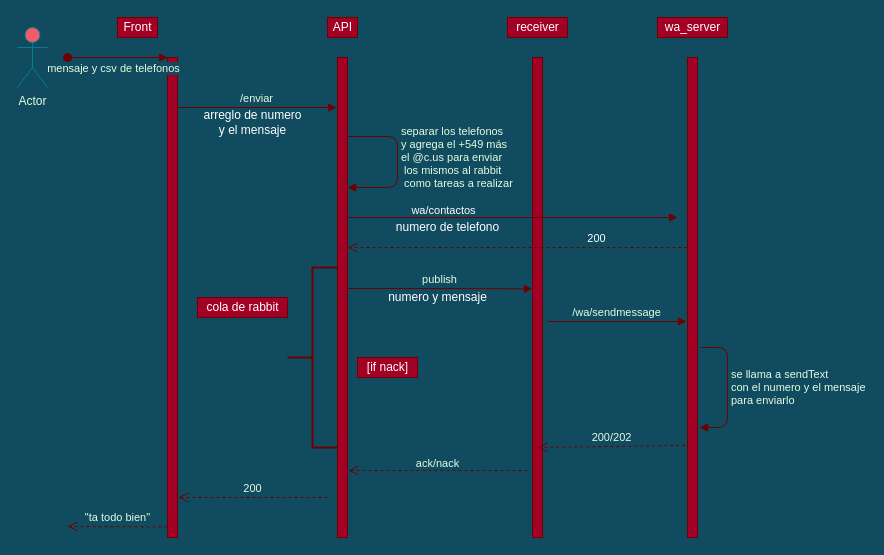
This is page "Page-1" (1 of 3) of Diagramas/flujo de mensaje masivo.drawio from Kuro933/script_refresh_wa, a draw.io file, before an edit. Source tidied: cells renumbered, new cells numbered last; positions are measured from the earlier drawing's top-left corner, leaving out a move shared by most shapes. Both pictures are drawn from the tidied source at 100%, with x=0, y=0 at pixel (17, 17).
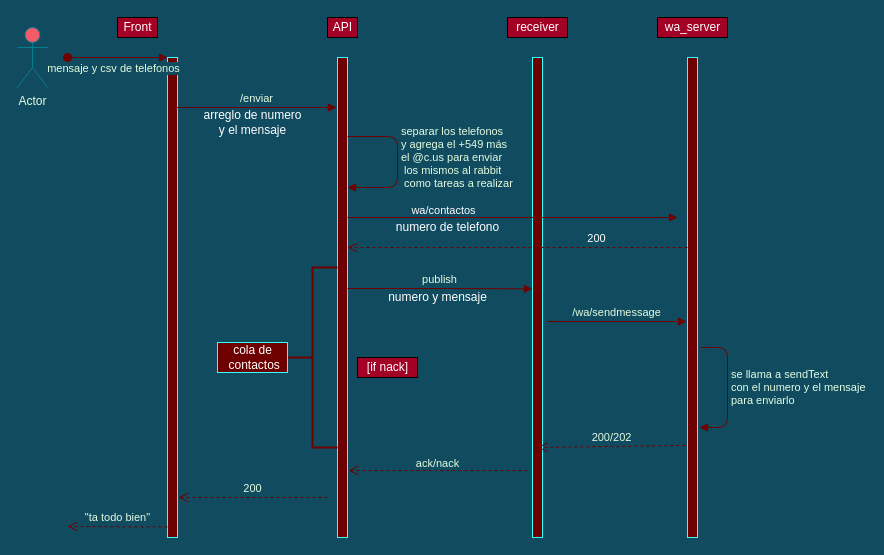
After the change.

The edit, as a diff of the source:
```diff
@@
-    <mxCell id="2" style="html=1;points=[];perimeter=orthogonalPerimeter;fontStyle=0;fillColor=#a20025;strokeColor=#6F0000;fontColor=#ffffff;" parent="1" vertex="1">
+    <mxCell id="2" style="html=1;points=[];perimeter=orthogonalPerimeter;fontStyle=0;fontColor=#ffffff;fillColor=#6F0000;strokeColor=#33FFFF;" parent="1" vertex="1">
       <mxGeometry x="150" y="40" width="10" height="480" as="geometry" />
     </mxCell>
@@
-    <mxCell id="4" value="API" style="text;html=1;align=center;verticalAlign=middle;fontStyle=0;fillColor=#a20025;strokeColor=#6F0000;fontColor=#ffffff;" parent="1" vertex="1">
+    <mxCell id="4" value="API" style="text;html=1;align=center;verticalAlign=middle;fontStyle=0;fillColor=#a20025;fontColor=#ffffff;strokeColor=#000000;" parent="1" vertex="1">
       <mxGeometry x="310" width="30" height="20" as="geometry" />
     </mxCell>
-    <mxCell id="5" value="Front" style="text;html=1;align=center;verticalAlign=middle;fontStyle=0;fillColor=#a20025;strokeColor=#6F0000;fontColor=#ffffff;" parent="1" vertex="1">
+    <mxCell id="5" value="Front" style="text;html=1;align=center;verticalAlign=middle;fontStyle=0;fillColor=#a20025;fontColor=#ffffff;strokeColor=#000000;" parent="1" vertex="1">
       <mxGeometry x="100" width="40" height="20" as="geometry" />
     </mxCell>
-    <mxCell id="6" style="html=1;points=[];perimeter=orthogonalPerimeter;fontStyle=0;fillColor=#a20025;strokeColor=#6F0000;fontColor=#ffffff;" parent="1" vertex="1">
+    <mxCell id="6" style="html=1;points=[];perimeter=orthogonalPerimeter;fontStyle=0;fontColor=#ffffff;fillColor=#6F0000;strokeColor=#33FFFF;" parent="1" vertex="1">
       <mxGeometry x="320" y="40" width="10" height="480" as="geometry" />
     </mxCell>
-    <mxCell id="7" value="receiver" style="text;html=1;align=center;verticalAlign=middle;fontStyle=0;fillColor=#a20025;strokeColor=#6F0000;fontColor=#ffffff;" parent="1" vertex="1">
+    <mxCell id="7" value="receiver" style="text;html=1;align=center;verticalAlign=middle;fontStyle=0;fillColor=#a20025;fontColor=#ffffff;strokeColor=#000000;" parent="1" vertex="1">
       <mxGeometry x="490" width="60" height="20" as="geometry" />
     </mxCell>
-    <mxCell id="8" style="html=1;points=[];perimeter=orthogonalPerimeter;fontStyle=0;fillColor=#a20025;strokeColor=#6F0000;fontColor=#ffffff;" parent="1" vertex="1">
+    <mxCell id="8" style="html=1;points=[];perimeter=orthogonalPerimeter;fontStyle=0;fontColor=#ffffff;fillColor=#6F0000;strokeColor=#33FFFF;" parent="1" vertex="1">
       <mxGeometry x="515" y="40" width="10" height="480" as="geometry" />
     </mxCell>
@@
-    <mxCell id="13" value="cola de rabbit" style="text;html=1;align=center;verticalAlign=middle;fontStyle=0;fillColor=#a20025;strokeColor=#6F0000;fontColor=#ffffff;" parent="1" vertex="1">
-      <mxGeometry x="180" y="280" width="90" height="20" as="geometry" />
+    <mxCell id="13" value="cola de&lt;br&gt;&amp;nbsp;contactos" style="text;html=1;align=center;verticalAlign=middle;fontStyle=0;fontColor=#ffffff;fillColor=#6F0000;strokeColor=#33FFFF;" parent="1" vertex="1">
+      <mxGeometry x="200" y="325" width="70" height="30" as="geometry" />
     </mxCell>
-    <mxCell id="14" style="html=1;points=[];perimeter=orthogonalPerimeter;fontStyle=0;fillColor=#a20025;strokeColor=#6F0000;fontColor=#ffffff;" parent="1" vertex="1">
+    <mxCell id="14" style="html=1;points=[];perimeter=orthogonalPerimeter;fontStyle=0;fontColor=#ffffff;fillColor=#6F0000;strokeColor=#33FFFF;" parent="1" vertex="1">
       <mxGeometry x="670" y="40" width="10" height="480" as="geometry" />
     </mxCell>
@@
-    <mxCell id="16" value="wa_server" style="text;html=1;align=center;verticalAlign=middle;fontStyle=0;fillColor=#a20025;strokeColor=#6F0000;fontColor=#ffffff;" parent="1" vertex="1">
+    <mxCell id="16" value="wa_server" style="text;html=1;align=center;verticalAlign=middle;fontStyle=0;fillColor=#a20025;fontColor=#ffffff;strokeColor=#000000;" parent="1" vertex="1">
       <mxGeometry x="640" width="70" height="20" as="geometry" />
     </mxCell>
@@
-    <mxCell id="23" value="[if nack]" style="text;html=1;align=center;verticalAlign=middle;strokeColor=#6F0000;fontColor=#ffffff;fillColor=#a20025;" parent="1" vertex="1">
+    <mxCell id="23" value="[if nack]" style="text;html=1;align=center;verticalAlign=middle;fontColor=#ffffff;fillColor=#a20025;strokeColor=#000000;" parent="1" vertex="1">
       <mxGeometry x="340" y="340" width="60" height="20" as="geometry" />
     </mxCell>
```
